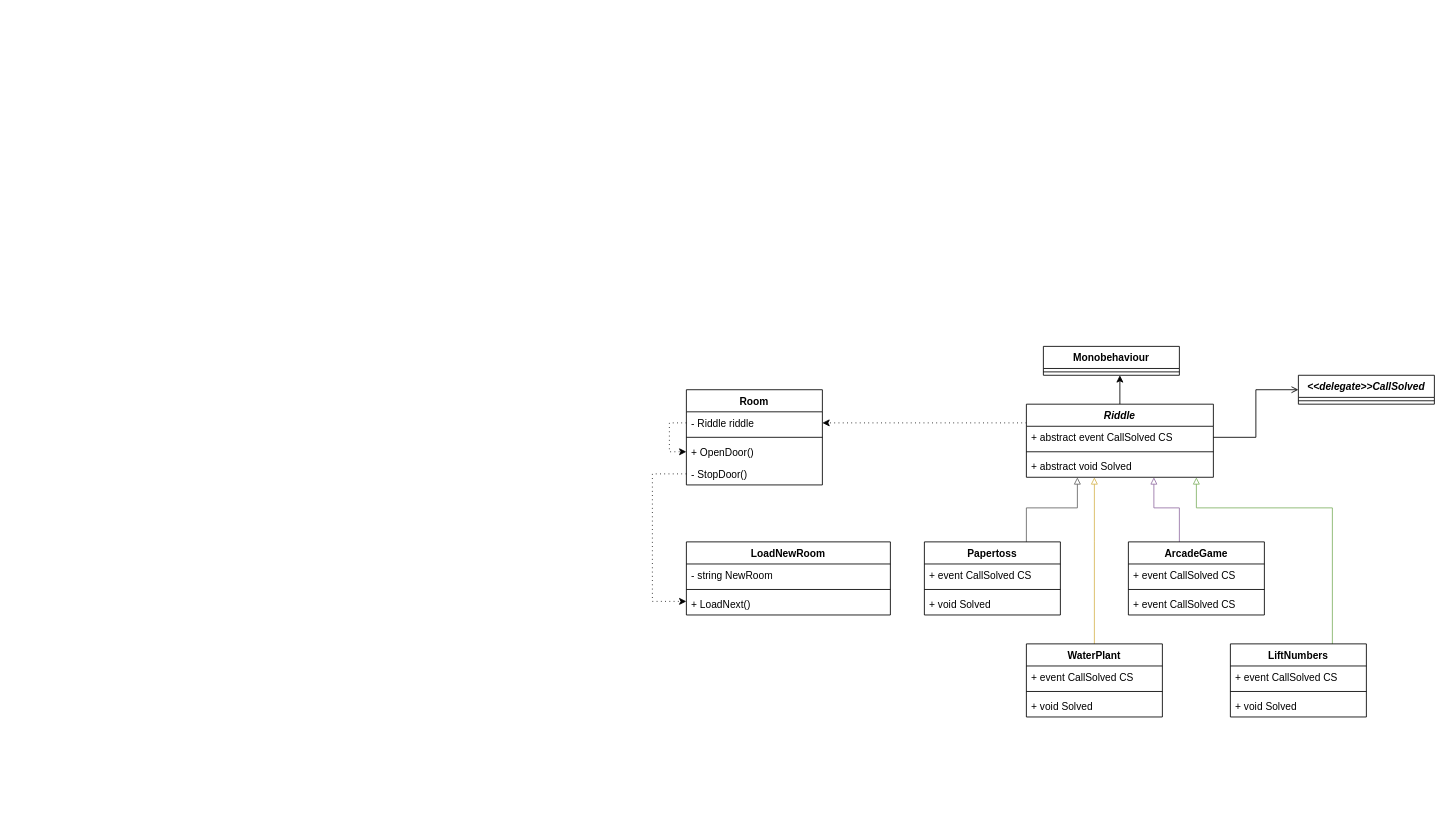
Earlier version of the draw.io diagram GameJam/ClassDagramm.drawio (LksWllmnn/GD_PaulSpez23). Source tidied: cells renumbered, new cells numbered last; positions are measured from the earlier drawing's top-left corner, leaving out a move shared by most shapes. Both pictures are drawn from the tidied source at 85%, with x=0, y=0 at pixel (652, 346).
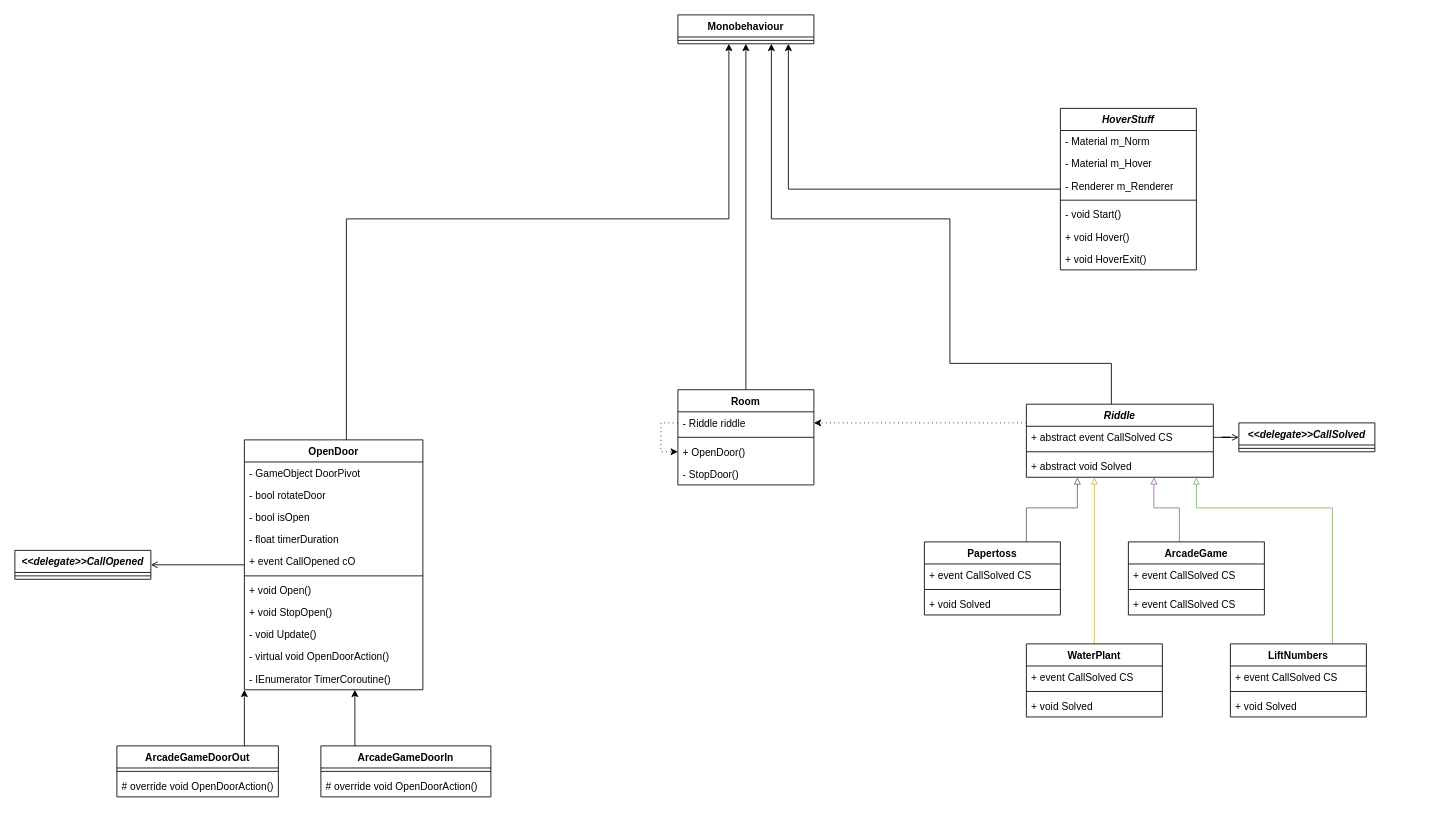
The same diagram, later.

The change refers to these unchanged cells:
```xml
<mxCell id="7" value="- StopDoor()" style="text;strokeColor=none;fillColor=none;align=left;verticalAlign=top;spacingLeft=4;spacingRight=4;overflow=hidden;points=[[0,0.5],[1,0.5]];portConstraint=eastwest;whiteSpace=wrap;html=1;" parent="2" vertex="1">
  <mxGeometry y="86" width="160" height="26" as="geometry" />
</mxCell>
<mxCell id="15" value="&lt;i&gt;Riddle&lt;/i&gt;" style="swimlane;fontStyle=1;align=center;verticalAlign=top;horizontal=1;startSize=26;whiteSpace=wrap;html=1;" parent="1" vertex="1">
  <mxGeometry x="440" y="68" width="220" height="86" as="geometry" />
</mxCell>
```

Diff of the diagram source:
```diff
@@
+    <mxCell id="44" style="edgeStyle=orthogonalEdgeStyle;rounded=0;jettySize=auto;html=1;" parent="1" edge="1" source="2" target="24">
+      <mxGeometry relative="1" as="geometry" />
+    </mxCell>
     <mxCell id="2" value="Room" style="swimlane;fontStyle=1;align=center;verticalAlign=top;horizontal=1;startSize=26;whiteSpace=wrap;html=1;" parent="1" vertex="1">
-      <mxGeometry x="40" y="51" width="160" height="112" as="geometry" />
+      <mxGeometry x="30" y="51" width="160" height="112" as="geometry" />
     </mxCell>
@@
-    <mxCell id="8" value="LoadNewRoom" style="swimlane;fontStyle=1;align=center;verticalAlign=top;horizontal=1;startSize=26;whiteSpace=wrap;html=1;" parent="1" vertex="1">
-      <mxGeometry x="40" y="230" width="240" height="86" as="geometry" />
-    </mxCell>
-    <mxCell id="9" value="- string NewRoom" style="text;strokeColor=none;fillColor=none;align=left;verticalAlign=top;spacingLeft=4;spacingRight=4;overflow=hidden;whiteSpace=wrap;html=1;" parent="8" vertex="1">
-      <mxGeometry y="26" width="240" height="26" as="geometry" />
-    </mxCell>
-    <mxCell id="10" style="line;strokeWidth=1;fillColor=none;align=left;verticalAlign=middle;spacingTop=-1;spacingLeft=3;spacingRight=3;labelPosition=right;strokeColor=inherit;" parent="8" vertex="1">
-      <mxGeometry y="52" width="240" height="8" as="geometry" />
-    </mxCell>
-    <mxCell id="11" value="+ LoadNext()" style="text;strokeColor=none;fillColor=none;align=left;verticalAlign=top;spacingLeft=4;spacingRight=4;overflow=hidden;points=[[0,0.5],[1,0.5]];portConstraint=eastwest;whiteSpace=wrap;html=1;" parent="8" vertex="1">
-      <mxGeometry y="60" width="240" height="26" as="geometry" />
-    </mxCell>
-    <mxCell id="12" style="edgeStyle=orthogonalEdgeStyle;rounded=0;jettySize=auto;html=1;dashed=1;dashPattern=1 4;" parent="1" edge="1" source="7" target="11">
-      <mxGeometry relative="1" as="geometry">
-        <Array as="points">
-          <mxPoint y="150" />
-          <mxPoint y="300" />
-        </Array>
-      </mxGeometry>
-    </mxCell>
@@
     <mxCell id="14" style="edgeStyle=orthogonalEdgeStyle;rounded=0;jettySize=auto;html=1;" parent="1" edge="1" source="15" target="24">
       <mxGeometry relative="1" as="geometry">
         <Array as="points">
           <mxPoint x="540" y="20" />
+          <mxPoint x="350" y="20" />
+          <mxPoint x="350" y="-150" />
+          <mxPoint x="140" y="-150" />
         </Array>
       </mxGeometry>
     </mxCell>
@@
     <mxCell id="24" value="Monobehaviour" style="swimlane;fontStyle=1;align=center;verticalAlign=top;horizontal=1;startSize=26;whiteSpace=wrap;html=1;" parent="1" vertex="1">
-      <mxGeometry x="460" width="160" height="34" as="geometry" />
+      <mxGeometry x="30" y="-390" width="160" height="34" as="geometry" />
     </mxCell>
@@
     <mxCell id="41" value="&lt;i&gt;&amp;lt;&amp;lt;delegate&amp;gt;&amp;gt;CallSolved&lt;/i&gt;" style="swimlane;fontStyle=1;align=center;verticalAlign=top;horizontal=1;startSize=26;whiteSpace=wrap;html=1;" parent="1" vertex="1">
-      <mxGeometry x="760" y="34" width="160" height="34" as="geometry" />
+      <mxGeometry x="690" y="90" width="160" height="34" as="geometry" />
     </mxCell>
@@
+    <mxCell id="45" style="edgeStyle=orthogonalEdgeStyle;rounded=0;jettySize=auto;html=1;endArrow=open;endFill=0;" parent="1" edge="1" source="47" target="67">
+      <mxGeometry relative="1" as="geometry" />
+    </mxCell>
+    <mxCell id="46" style="edgeStyle=orthogonalEdgeStyle;rounded=0;jettySize=auto;html=1;" parent="1" edge="1" source="47" target="24">
+      <mxGeometry relative="1" as="geometry">
+        <Array as="points">
+          <mxPoint x="-360" y="-150" />
+          <mxPoint x="90" y="-150" />
+        </Array>
+      </mxGeometry>
+    </mxCell>
+    <mxCell id="47" value="OpenDoor" style="swimlane;fontStyle=1;align=center;verticalAlign=top;horizontal=1;startSize=26;whiteSpace=wrap;html=1;" parent="1" vertex="1">
+      <mxGeometry x="-480" y="110" width="210" height="294" as="geometry" />
+    </mxCell>
+    <mxCell id="48" value="- GameObject DoorPivot" style="text;strokeColor=none;fillColor=none;align=left;verticalAlign=top;spacingLeft=4;spacingRight=4;overflow=hidden;whiteSpace=wrap;html=1;" parent="47" vertex="1">
+      <mxGeometry y="26" width="210" height="26" as="geometry" />
+    </mxCell>
+    <mxCell id="49" value="- bool rotateDoor" style="text;strokeColor=none;fillColor=none;align=left;verticalAlign=top;spacingLeft=4;spacingRight=4;overflow=hidden;whiteSpace=wrap;html=1;" parent="47" vertex="1">
+      <mxGeometry y="52" width="210" height="26" as="geometry" />
+    </mxCell>
+    <mxCell id="50" value="- bool isOpen" style="text;strokeColor=none;fillColor=none;align=left;verticalAlign=top;spacingLeft=4;spacingRight=4;overflow=hidden;whiteSpace=wrap;html=1;" parent="47" vertex="1">
+      <mxGeometry y="78" width="210" height="26" as="geometry" />
+    </mxCell>
+    <mxCell id="51" value="- float timerDuration" style="text;strokeColor=none;fillColor=none;align=left;verticalAlign=top;spacingLeft=4;spacingRight=4;overflow=hidden;whiteSpace=wrap;html=1;" parent="47" vertex="1">
+      <mxGeometry y="104" width="210" height="26" as="geometry" />
+    </mxCell>
+    <mxCell id="52" value="+ event CallOpened cO" style="text;strokeColor=none;fillColor=none;align=left;verticalAlign=top;spacingLeft=4;spacingRight=4;overflow=hidden;whiteSpace=wrap;html=1;" parent="47" vertex="1">
+      <mxGeometry y="130" width="210" height="26" as="geometry" />
+    </mxCell>
+    <mxCell id="53" style="line;strokeWidth=1;fillColor=none;align=left;verticalAlign=middle;spacingTop=-1;spacingLeft=3;spacingRight=3;labelPosition=right;strokeColor=inherit;" parent="47" vertex="1">
+      <mxGeometry y="156" width="210" height="8" as="geometry" />
+    </mxCell>
+    <mxCell id="54" value="+ void Open()" style="text;strokeColor=none;fillColor=none;align=left;verticalAlign=top;spacingLeft=4;spacingRight=4;overflow=hidden;whiteSpace=wrap;html=1;" parent="47" vertex="1">
+      <mxGeometry y="164" width="210" height="26" as="geometry" />
+    </mxCell>
+    <mxCell id="55" value="+ void StopOpen()" style="text;strokeColor=none;fillColor=none;align=left;verticalAlign=top;spacingLeft=4;spacingRight=4;overflow=hidden;whiteSpace=wrap;html=1;" parent="47" vertex="1">
+      <mxGeometry y="190" width="210" height="26" as="geometry" />
+    </mxCell>
+    <mxCell id="56" value="- void Update()" style="text;strokeColor=none;fillColor=none;align=left;verticalAlign=top;spacingLeft=4;spacingRight=4;overflow=hidden;whiteSpace=wrap;html=1;" parent="47" vertex="1">
+      <mxGeometry y="216" width="210" height="26" as="geometry" />
+    </mxCell>
+    <mxCell id="57" value="- virtual void OpenDoorAction()" style="text;strokeColor=none;fillColor=none;align=left;verticalAlign=top;spacingLeft=4;spacingRight=4;overflow=hidden;whiteSpace=wrap;html=1;" parent="47" vertex="1">
+      <mxGeometry y="242" width="210" height="26" as="geometry" />
+    </mxCell>
+    <mxCell id="58" value="- IEnumerator TimerCoroutine()" style="text;strokeColor=none;fillColor=none;align=left;verticalAlign=top;spacingLeft=4;spacingRight=4;overflow=hidden;whiteSpace=wrap;html=1;" parent="47" vertex="1">
+      <mxGeometry y="268" width="210" height="26" as="geometry" />
+    </mxCell>
+    <mxCell id="59" style="edgeStyle=orthogonalEdgeStyle;rounded=0;jettySize=auto;html=1;" parent="1" edge="1" source="60" target="47">
+      <mxGeometry relative="1" as="geometry">
+        <Array as="points">
+          <mxPoint x="-470" y="480" />
+          <mxPoint x="-470" y="480" />
+        </Array>
+      </mxGeometry>
+    </mxCell>
+    <mxCell id="60" value="ArcadeGameDoorOut" style="swimlane;fontStyle=1;align=center;verticalAlign=top;horizontal=1;startSize=26;whiteSpace=wrap;html=1;" parent="1" vertex="1">
+      <mxGeometry x="-630" y="470" width="190" height="60" as="geometry" />
+    </mxCell>
+    <mxCell id="61" style="line;strokeWidth=1;fillColor=none;align=left;verticalAlign=middle;spacingTop=-1;spacingLeft=3;spacingRight=3;labelPosition=right;strokeColor=inherit;" parent="60" vertex="1">
+      <mxGeometry y="26" width="190" height="8" as="geometry" />
+    </mxCell>
+    <mxCell id="62" value="# override void OpenDoorAction()" style="text;strokeColor=none;fillColor=none;align=left;verticalAlign=top;spacingLeft=4;spacingRight=4;overflow=hidden;whiteSpace=wrap;html=1;" parent="60" vertex="1">
+      <mxGeometry y="34" width="190" height="26" as="geometry" />
+    </mxCell>
+    <mxCell id="63" style="edgeStyle=orthogonalEdgeStyle;rounded=0;jettySize=auto;html=1;" parent="1" edge="1" source="64" target="47">
+      <mxGeometry relative="1" as="geometry">
+        <Array as="points">
+          <mxPoint x="-350" y="460" />
+          <mxPoint x="-350" y="460" />
+        </Array>
+      </mxGeometry>
+    </mxCell>
+    <mxCell id="64" value="ArcadeGameDoorIn" style="swimlane;fontStyle=1;align=center;verticalAlign=top;horizontal=1;startSize=26;whiteSpace=wrap;html=1;" parent="1" vertex="1">
+      <mxGeometry x="-390" y="470" width="200" height="60" as="geometry" />
+    </mxCell>
+    <mxCell id="65" style="line;strokeWidth=1;fillColor=none;align=left;verticalAlign=middle;spacingTop=-1;spacingLeft=3;spacingRight=3;labelPosition=right;strokeColor=inherit;" parent="64" vertex="1">
+      <mxGeometry y="26" width="200" height="8" as="geometry" />
+    </mxCell>
+    <mxCell id="66" value="# override void OpenDoorAction()" style="text;strokeColor=none;fillColor=none;align=left;verticalAlign=top;spacingLeft=4;spacingRight=4;overflow=hidden;whiteSpace=wrap;html=1;" parent="64" vertex="1">
+      <mxGeometry y="34" width="200" height="26" as="geometry" />
+    </mxCell>
+    <mxCell id="67" value="&lt;i&gt;&amp;lt;&amp;lt;delegate&amp;gt;&amp;gt;CallOpened&lt;/i&gt;" style="swimlane;fontStyle=1;align=center;verticalAlign=top;horizontal=1;startSize=26;whiteSpace=wrap;html=1;" parent="1" vertex="1">
+      <mxGeometry x="-750" y="240" width="160" height="34" as="geometry" />
+    </mxCell>
+    <mxCell id="68" style="line;strokeWidth=1;fillColor=none;align=left;verticalAlign=middle;spacingTop=-1;spacingLeft=3;spacingRight=3;labelPosition=right;strokeColor=inherit;" parent="67" vertex="1">
+      <mxGeometry y="26" width="160" height="8" as="geometry" />
+    </mxCell>
+    <mxCell id="69" style="edgeStyle=orthogonalEdgeStyle;rounded=0;jettySize=auto;html=1;" parent="1" edge="1" source="70" target="24">
+      <mxGeometry relative="1" as="geometry">
+        <Array as="points">
+          <mxPoint x="160" y="-185" />
+        </Array>
+      </mxGeometry>
+    </mxCell>
+    <mxCell id="70" value="&lt;i&gt;HoverStuff&lt;/i&gt;" style="swimlane;fontStyle=1;align=center;verticalAlign=top;horizontal=1;startSize=26;whiteSpace=wrap;html=1;" parent="1" vertex="1">
+      <mxGeometry x="480" y="-280" width="160" height="190" as="geometry" />
+    </mxCell>
+    <mxCell id="71" value="- Material m_Norm" style="text;strokeColor=none;fillColor=none;align=left;verticalAlign=top;spacingLeft=4;spacingRight=4;overflow=hidden;whiteSpace=wrap;html=1;" parent="70" vertex="1">
+      <mxGeometry y="26" width="160" height="26" as="geometry" />
+    </mxCell>
+    <mxCell id="72" value="- Material m_Hover" style="text;strokeColor=none;fillColor=none;align=left;verticalAlign=top;spacingLeft=4;spacingRight=4;overflow=hidden;whiteSpace=wrap;html=1;" parent="70" vertex="1">
+      <mxGeometry y="52" width="160" height="26" as="geometry" />
+    </mxCell>
+    <mxCell id="73" value="- Renderer m_Renderer" style="text;strokeColor=none;fillColor=none;align=left;verticalAlign=top;spacingLeft=4;spacingRight=4;overflow=hidden;whiteSpace=wrap;html=1;" parent="70" vertex="1">
+      <mxGeometry y="78" width="160" height="26" as="geometry" />
+    </mxCell>
+    <mxCell id="74" style="line;strokeWidth=1;fillColor=none;align=left;verticalAlign=middle;spacingTop=-1;spacingLeft=3;spacingRight=3;labelPosition=right;strokeColor=inherit;" parent="70" vertex="1">
+      <mxGeometry y="104" width="160" height="8" as="geometry" />
+    </mxCell>
+    <mxCell id="75" value="- void Start()" style="text;strokeColor=none;fillColor=none;align=left;verticalAlign=top;spacingLeft=4;spacingRight=4;overflow=hidden;whiteSpace=wrap;html=1;" parent="70" vertex="1">
+      <mxGeometry y="112" width="160" height="26" as="geometry" />
+    </mxCell>
+    <mxCell id="76" value="+ void Hover()" style="text;strokeColor=none;fillColor=none;align=left;verticalAlign=top;spacingLeft=4;spacingRight=4;overflow=hidden;whiteSpace=wrap;html=1;" parent="70" vertex="1">
+      <mxGeometry y="138" width="160" height="26" as="geometry" />
+    </mxCell>
+    <mxCell id="77" value="+ void HoverExit()" style="text;strokeColor=none;fillColor=none;align=left;verticalAlign=top;spacingLeft=4;spacingRight=4;overflow=hidden;whiteSpace=wrap;html=1;" parent="70" vertex="1">
+      <mxGeometry y="164" width="160" height="26" as="geometry" />
+    </mxCell>
```
